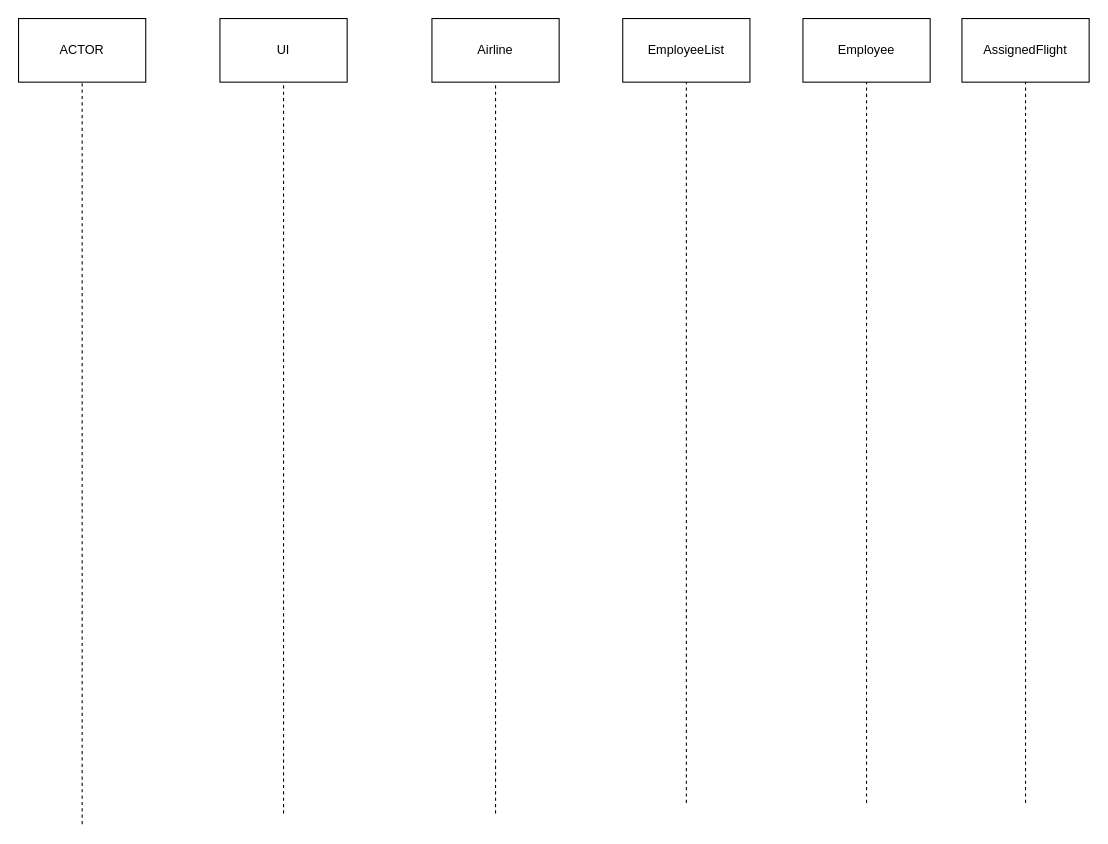
chrismd2/CSci-430-Group-11 keeps this draw.io diagram as Homework/GetEmployeeSchedule.drawio. Above is the earlier version. Source tidied: cells renumbered, new cells numbered last; positions are measured from the earlier drawing's top-left corner, leaving out a move shared by most shapes. Both pictures are drawn from the tidied source at 106%, with x=0, y=0 at pixel (18, 18).
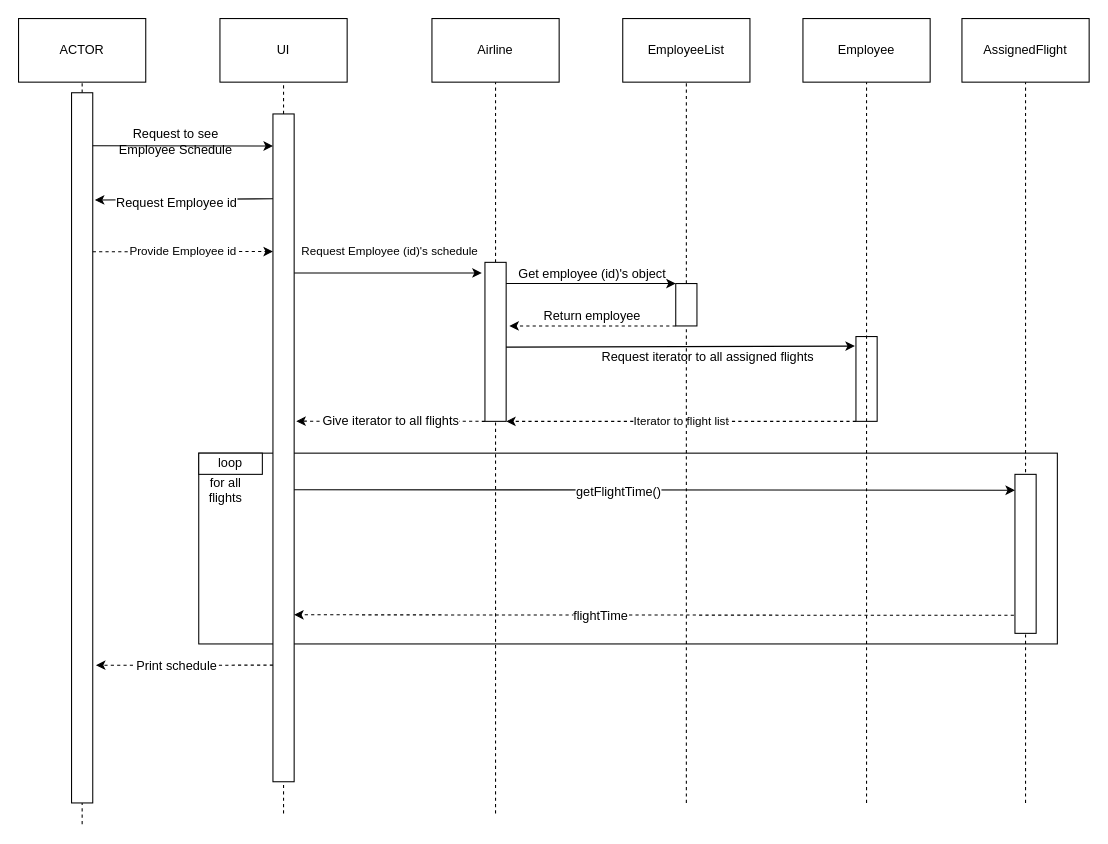
After the change.

The edit, as a diff of the source:
```diff
@@
-    <mxCell id="8" style="endArrow=none;dashed=1;html=1;" parent="1" edge="1">
+    <mxCell id="8" style="endArrow=none;dashed=1;html=1;" parent="1" edge="1" source="14">
       <mxGeometry relative="1" as="geometry">
-        <mxPoint x="60" y="760" as="sourcePoint" />
         <mxPoint x="60" y="60" as="targetPoint" />
       </mxGeometry>
     </mxCell>
-    <mxCell id="9" style="endArrow=none;dashed=1;html=1;" parent="1" edge="1">
+    <mxCell id="9" style="endArrow=none;dashed=1;html=1;" parent="1" edge="1" source="37">
       <mxGeometry relative="1" as="geometry">
-        <mxPoint x="250" y="750" as="sourcePoint" />
         <mxPoint x="250" y="60" as="targetPoint" />
       </mxGeometry>
     </mxCell>
-    <mxCell id="10" style="endArrow=none;dashed=1;html=1;" parent="1" edge="1">
+    <mxCell id="10" style="endArrow=none;dashed=1;html=1;" parent="1" edge="1" source="23">
       <mxGeometry relative="1" as="geometry">
-        <mxPoint x="450" y="750" as="sourcePoint" />
         <mxPoint x="450" y="60" as="targetPoint" />
       </mxGeometry>
     </mxCell>
-    <mxCell id="11" style="endArrow=none;dashed=1;html=1;" parent="1" edge="1">
+    <mxCell id="11" style="endArrow=none;dashed=1;html=1;" parent="1" edge="1" source="24">
       <mxGeometry relative="1" as="geometry">
-        <mxPoint x="630" y="740" as="sourcePoint" />
         <mxPoint x="630" y="60" as="targetPoint" />
       </mxGeometry>
     </mxCell>
+    <mxCell id="14" style="rounded=0;whiteSpace=wrap;html=1;" parent="1" vertex="1">
+      <mxGeometry x="50" y="70" width="20" height="670" as="geometry" />
+    </mxCell>
+    <mxCell id="15" style="endArrow=none;dashed=1;html=1;" parent="1" edge="1" target="14">
+      <mxGeometry relative="1" as="geometry">
+        <mxPoint x="60" y="760" as="sourcePoint" />
+      </mxGeometry>
+    </mxCell>
+    <mxCell id="16" style="endArrow=none;dashed=1;html=1;" parent="1" edge="1" target="37">
+      <mxGeometry relative="1" as="geometry">
+        <mxPoint x="250" y="750" as="sourcePoint" />
+      </mxGeometry>
+    </mxCell>
+    <mxCell id="17" style="endArrow=classic;html=1;entryX=0;entryY=0.048;entryDx=0;entryDy=0;entryPerimeter=0;" parent="1" edge="1" target="37">
+      <mxGeometry relative="1" as="geometry">
+        <mxPoint x="70" y="120" as="sourcePoint" />
+      </mxGeometry>
+    </mxCell>
+    <mxCell id="18" value="&lt;div&gt;Request to see&lt;/div&gt;&lt;div&gt;Employee Schedule&lt;br&gt;&lt;/div&gt;" style="text;html=1;align=center;verticalAlign=middle;" parent="1" vertex="1">
+      <mxGeometry x="83" y="101" width="130" height="30" as="geometry" />
+    </mxCell>
+    <mxCell id="19" style="endArrow=classic;html=1;entryX=1.1;entryY=0.151;entryDx=0;entryDy=0;entryPerimeter=0;" parent="1" edge="1" target="14">
+      <mxGeometry relative="1" as="geometry">
+        <mxPoint x="240" y="170" as="sourcePoint" />
+      </mxGeometry>
+    </mxCell>
+    <mxCell id="20" value="Request Employee id" style="text;html=1;align=center;verticalAlign=middle;labelBackgroundColor=#ffffff;" parent="19" vertex="1">
+      <mxGeometry x="0.18" y="3" relative="1" as="geometry">
+        <mxPoint x="7" as="offset" />
+      </mxGeometry>
+    </mxCell>
+    <mxCell id="21" value="Provide Employee id" style="endArrow=classic;html=1;entryX=0;entryY=0.206;entryDx=0;entryDy=0;entryPerimeter=0;dashed=1;" parent="1" edge="1" target="37">
+      <mxGeometry relative="1" as="geometry">
+        <mxPoint x="70" y="220" as="sourcePoint" />
+      </mxGeometry>
+    </mxCell>
+    <mxCell id="22" value="Request Employee (id)'s schedule" style="endArrow=classic;html=1;" parent="1" edge="1">
+      <mxGeometry x="0.02" y="20" relative="1" as="geometry">
+        <mxPoint x="260" y="240" as="sourcePoint" />
+        <mxPoint x="437" y="240" as="targetPoint" />
+      </mxGeometry>
+    </mxCell>
+    <mxCell id="23" style="rounded=0;whiteSpace=wrap;html=1;" parent="1" vertex="1">
+      <mxGeometry x="440" y="230" width="20" height="150" as="geometry" />
+    </mxCell>
+    <mxCell id="24" style="rounded=0;whiteSpace=wrap;html=1;" parent="1" vertex="1">
+      <mxGeometry x="620" y="250" width="20" height="40" as="geometry" />
+    </mxCell>
+    <mxCell id="25" style="endArrow=classic;html=1;entryX=0;entryY=0;entryDx=0;entryDy=0;" parent="1" edge="1" target="24">
+      <mxGeometry relative="1" as="geometry">
+        <mxPoint x="460" y="250" as="sourcePoint" />
+      </mxGeometry>
+    </mxCell>
+    <mxCell id="26" value="Get employee (id)'s object" style="text;html=1;align=center;verticalAlign=middle;labelBackgroundColor=#ffffff;" parent="25" vertex="1">
+      <mxGeometry x="-0.2" y="1" relative="1" as="geometry">
+        <mxPoint x="16" y="-9" as="offset" />
+      </mxGeometry>
+    </mxCell>
+    <mxCell id="27" style="endArrow=classic;html=1;dashed=1;" parent="1" edge="1">
+      <mxGeometry relative="1" as="geometry">
+        <mxPoint x="620" y="290" as="sourcePoint" />
+        <mxPoint x="463" y="290" as="targetPoint" />
+      </mxGeometry>
+    </mxCell>
+    <mxCell id="28" value="Return employee" style="text;html=1;align=center;verticalAlign=middle;labelBackgroundColor=#ffffff;" parent="27" vertex="1">
+      <mxGeometry x="0.45" y="3" relative="1" as="geometry">
+        <mxPoint x="34" y="-13" as="offset" />
+      </mxGeometry>
+    </mxCell>
+    <mxCell id="29" style="rounded=0;whiteSpace=wrap;html=1;" parent="1" vertex="1">
+      <mxGeometry x="790" y="300" width="20" height="80" as="geometry" />
+    </mxCell>
+    <mxCell id="30" style="endArrow=classic;html=1;" parent="1" edge="1">
+      <mxGeometry relative="1" as="geometry">
+        <mxPoint x="460" y="310" as="sourcePoint" />
+        <mxPoint x="789" y="309" as="targetPoint" />
+      </mxGeometry>
+    </mxCell>
+    <mxCell id="31" value="Request iterator to all assigned flights" style="text;html=1;align=center;verticalAlign=middle;" parent="1" vertex="1">
+      <mxGeometry x="540" y="310" width="220" height="20" as="geometry" />
+    </mxCell>
+    <mxCell id="32" value="Iterator to flight list" style="endArrow=classic;html=1;entryX=1;entryY=1;entryDx=0;entryDy=0;dashed=1;" parent="1" edge="1" target="23">
+      <mxGeometry relative="1" as="geometry">
+        <mxPoint x="790" y="380" as="sourcePoint" />
+      </mxGeometry>
+    </mxCell>
+    <mxCell id="33" style="endArrow=classic;html=1;dashed=1;entryX=1.1;entryY=0.46;entryDx=0;entryDy=0;entryPerimeter=0;" parent="1" edge="1" target="37">
+      <mxGeometry relative="1" as="geometry">
+        <mxPoint x="440" y="380" as="sourcePoint" />
+      </mxGeometry>
+    </mxCell>
+    <mxCell id="34" value="Give iterator to all flights" style="text;html=1;align=center;verticalAlign=middle;labelBackgroundColor=#ffffff;" parent="33" vertex="1">
+      <mxGeometry x="0.36" relative="1" as="geometry">
+        <mxPoint x="31" as="offset" />
+      </mxGeometry>
+    </mxCell>
+    <mxCell id="35" style="rounded=0;whiteSpace=wrap;html=1;" parent="1" vertex="1">
+      <mxGeometry x="170" y="410" width="810" height="180" as="geometry" />
+    </mxCell>
+    <mxCell id="36" value="loop" style="rounded=0;whiteSpace=wrap;html=1;" parent="1" vertex="1">
+      <mxGeometry x="170" y="410" width="60" height="20" as="geometry" />
+    </mxCell>
+    <mxCell id="37" style="rounded=0;whiteSpace=wrap;html=1;" parent="1" vertex="1">
+      <mxGeometry x="240" y="90" width="20" height="630" as="geometry" />
+    </mxCell>
+    <mxCell id="38" style="endArrow=none;dashed=1;html=1;" parent="1" edge="1" target="23">
+      <mxGeometry relative="1" as="geometry">
+        <mxPoint x="450" y="750" as="sourcePoint" />
+      </mxGeometry>
+    </mxCell>
+    <mxCell id="39" style="endArrow=none;dashed=1;html=1;" parent="1" edge="1" target="24">
+      <mxGeometry relative="1" as="geometry">
+        <mxPoint x="630" y="740" as="sourcePoint" />
+      </mxGeometry>
+    </mxCell>
@@
+    <mxCell id="40" value="&lt;div&gt;for all&lt;/div&gt;&lt;div&gt;flights&lt;br&gt;&lt;/div&gt;" style="text;html=1;align=center;verticalAlign=middle;" parent="1" vertex="1">
+      <mxGeometry x="170" y="430" width="50" height="30" as="geometry" />
+    </mxCell>
@@
+    <mxCell id="41" style="rounded=0;whiteSpace=wrap;html=1;" parent="1" vertex="1">
+      <mxGeometry x="940" y="430" width="20" height="150" as="geometry" />
+    </mxCell>
+    <mxCell id="42" style="endArrow=classic;html=1;dashed=1;entryX=1;entryY=0.75;entryDx=0;entryDy=0;" parent="1" edge="1" target="37">
+      <mxGeometry relative="1" as="geometry">
+        <mxPoint x="939" y="563" as="sourcePoint" />
+      </mxGeometry>
+    </mxCell>
+    <mxCell id="43" value="flightTime" style="text;html=1;align=center;verticalAlign=middle;labelBackgroundColor=#ffffff;" parent="42" vertex="1">
+      <mxGeometry x="0.15" y="1" relative="1" as="geometry" />
+    </mxCell>
+    <mxCell id="44" style="endArrow=classic;html=1;entryX=0;entryY=0.1;entryDx=0;entryDy=0;entryPerimeter=0;" parent="1" edge="1" target="41">
+      <mxGeometry relative="1" as="geometry">
+        <mxPoint x="260" y="444.5" as="sourcePoint" />
+      </mxGeometry>
+    </mxCell>
+    <mxCell id="45" value="getFlightTime()" style="text;html=1;align=center;verticalAlign=middle;labelBackgroundColor=#ffffff;" parent="44" vertex="1">
+      <mxGeometry x="-0.1" y="-2" relative="1" as="geometry" />
+    </mxCell>
+    <mxCell id="46" style="endArrow=classic;html=1;entryX=1.15;entryY=0.806;entryDx=0;entryDy=0;entryPerimeter=0;dashed=1;" parent="1" edge="1" target="14">
+      <mxGeometry relative="1" as="geometry">
+        <mxPoint x="240" y="610" as="sourcePoint" />
+      </mxGeometry>
+    </mxCell>
+    <mxCell id="47" value="Print schedule" style="text;html=1;align=center;verticalAlign=middle;labelBackgroundColor=#ffffff;" parent="46" vertex="1">
+      <mxGeometry x="0.23" relative="1" as="geometry">
+        <mxPoint x="11" as="offset" />
+      </mxGeometry>
+    </mxCell>
```
